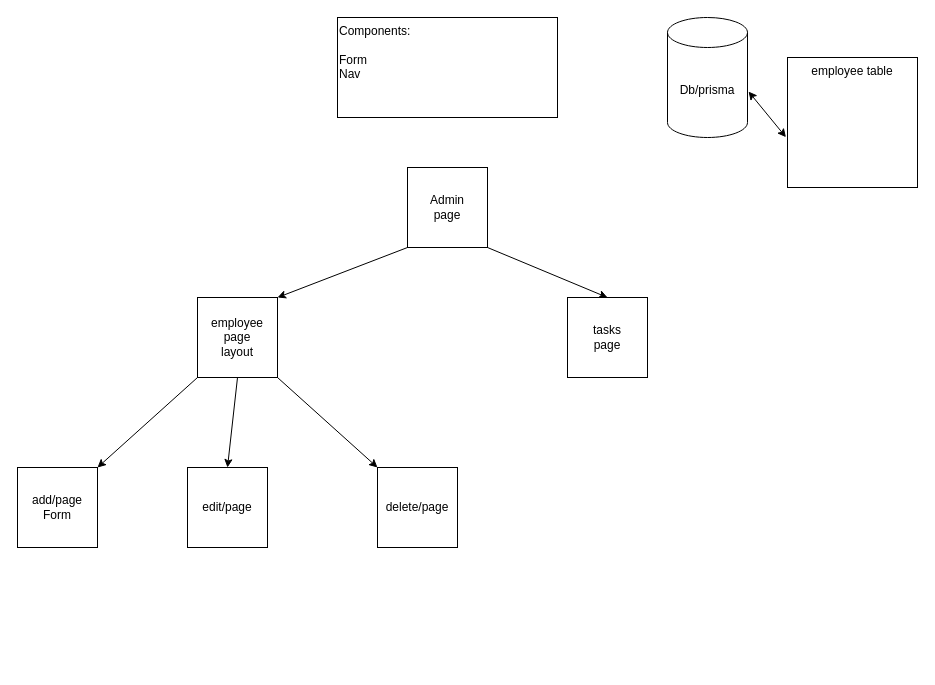
George-giorgi/tasksflow keeps this draw.io diagram as Untitled Diagram.drawio. Above is the earlier version. Source tidied: cells renumbered, new cells numbered last; positions are measured from the earlier drawing's top-left corner, leaving out a move shared by most shapes. Both pictures are drawn from the tidied source at 100%, with x=0, y=0 at pixel (17, 17).
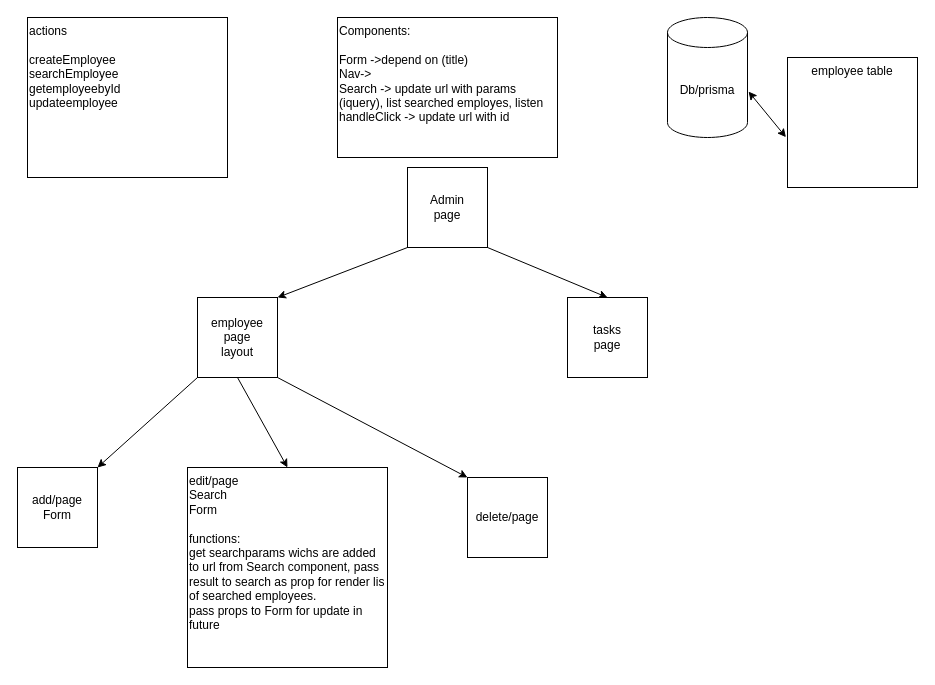
The same diagram, later.

Change to the diagram source:
```diff
@@
 <mxGraphModel>
   <root>
     <mxCell id="0" />
     <mxCell id="1" parent="0" />
     <mxCell id="2" value="Admin&lt;div&gt;page&lt;/div&gt;" style="whiteSpace=wrap;html=1;" parent="1" vertex="1">
       <mxGeometry x="390" y="150" width="80" height="80" as="geometry" />
     </mxCell>
     <mxCell id="3" style="endArrow=classic;html=1;rounded=0;exitX=0;exitY=1;exitDx=0;exitDy=0;" parent="1" edge="1" source="2">
       <mxGeometry relative="1" as="geometry">
         <mxPoint x="260" y="280" as="targetPoint" />
       </mxGeometry>
     </mxCell>
     <mxCell id="4" style="endArrow=classic;html=1;rounded=0;exitX=1;exitY=1;exitDx=0;exitDy=0;" parent="1" edge="1" source="2">
       <mxGeometry relative="1" as="geometry">
         <mxPoint x="590" y="280" as="targetPoint" />
       </mxGeometry>
     </mxCell>
     <mxCell id="5" value="employee&lt;div&gt;page&lt;/div&gt;&lt;div&gt;layout&lt;/div&gt;" style="whiteSpace=wrap;html=1;" parent="1" vertex="1">
       <mxGeometry x="180" y="280" width="80" height="80" as="geometry" />
     </mxCell>
     <mxCell id="6" value="tasks&lt;div&gt;page&lt;/div&gt;" style="whiteSpace=wrap;html=1;" parent="1" vertex="1">
       <mxGeometry x="550" y="280" width="80" height="80" as="geometry" />
     </mxCell>
-    <mxCell id="7" value="&lt;span style=&quot;background-color: light-dark(#ffffff, var(--ge-dark-color, #121212));&quot;&gt;Components:&lt;/span&gt;&lt;div&gt;&lt;br&gt;&lt;div&gt;Form&lt;/div&gt;&lt;/div&gt;&lt;div&gt;Nav&lt;/div&gt;" style="rounded=0;whiteSpace=wrap;html=1;align=left;verticalAlign=top;" parent="1" vertex="1">
-      <mxGeometry x="320" width="220" height="100" as="geometry" />
+    <mxCell id="7" value="&lt;span style=&quot;background-color: light-dark(#ffffff, var(--ge-dark-color, #121212));&quot;&gt;Components:&lt;/span&gt;&lt;div&gt;&lt;br&gt;&lt;div&gt;Form -&amp;gt;depend on (title)&lt;/div&gt;&lt;/div&gt;&lt;div&gt;Nav-&amp;gt;&lt;/div&gt;&lt;div&gt;Search -&amp;gt; update url with params (iquery), list searched employes, listen handleClick -&amp;gt; update url with id&amp;nbsp;&lt;/div&gt;&lt;div&gt;&lt;br&gt;&lt;/div&gt;" style="rounded=0;whiteSpace=wrap;html=1;align=left;verticalAlign=top;" parent="1" vertex="1">
+      <mxGeometry x="320" width="220" height="140" as="geometry" />
     </mxCell>
     <mxCell id="8" value="add/page&lt;div&gt;Form&lt;/div&gt;" style="whiteSpace=wrap;html=1;" parent="1" vertex="1">
       <mxGeometry y="450" width="80" height="80" as="geometry" />
     </mxCell>
     <mxCell id="9" value="delete/page" style="whiteSpace=wrap;html=1;" parent="1" vertex="1">
-      <mxGeometry x="360" y="450" width="80" height="80" as="geometry" />
+      <mxGeometry x="450" y="460" width="80" height="80" as="geometry" />
     </mxCell>
-    <mxCell id="10" value="edit/page" style="whiteSpace=wrap;html=1;" parent="1" vertex="1">
-      <mxGeometry x="170" y="450" width="80" height="80" as="geometry" />
+    <mxCell id="10" value="edit/page&lt;div&gt;Search&lt;br&gt;&lt;div&gt;Form&lt;/div&gt;&lt;div&gt;&lt;br&gt;&lt;/div&gt;&lt;div&gt;functions:&lt;/div&gt;&lt;div&gt;get searchparams wichs are added to url from Search component, pass result to search as prop for render lis of searched employees.&lt;/div&gt;&lt;div&gt;pass props to Form for update in future&lt;/div&gt;&lt;/div&gt;" style="whiteSpace=wrap;html=1;verticalAlign=top;align=left;" parent="1" vertex="1">
+      <mxGeometry x="170" y="450" width="200" height="200" as="geometry" />
     </mxCell>
     <mxCell id="11" style="endArrow=classic;html=1;rounded=0;exitX=1;exitY=1;exitDx=0;exitDy=0;entryX=0;entryY=0;entryDx=0;entryDy=0;" parent="1" edge="1" source="5" target="9">
       <mxGeometry relative="1" as="geometry" />
     </mxCell>
     <mxCell id="12" style="endArrow=classic;html=1;rounded=0;exitX=0.5;exitY=1;exitDx=0;exitDy=0;entryX=0.5;entryY=0;entryDx=0;entryDy=0;" parent="1" edge="1" source="5" target="10">
       <mxGeometry relative="1" as="geometry" />
     </mxCell>
     <mxCell id="13" style="endArrow=classic;html=1;rounded=0;exitX=0;exitY=1;exitDx=0;exitDy=0;entryX=1;entryY=0;entryDx=0;entryDy=0;" parent="1" edge="1" source="5" target="8">
       <mxGeometry relative="1" as="geometry" />
     </mxCell>
     <mxCell id="14" value="Db/prisma" style="shape=cylinder3;whiteSpace=wrap;html=1;boundedLbl=1;backgroundOutline=1;size=15;" parent="1" vertex="1">
       <mxGeometry x="650" width="80" height="120" as="geometry" />
     </mxCell>
     <mxCell id="15" value="employee table&lt;div&gt;&lt;br&gt;&lt;/div&gt;&lt;div&gt;&lt;br&gt;&lt;/div&gt;" style="whiteSpace=wrap;html=1;verticalAlign=top;" parent="1" vertex="1">
       <mxGeometry x="770" y="40" width="130" height="130" as="geometry" />
     </mxCell>
     <mxCell id="16" style="endArrow=classic;startArrow=classic;html=1;rounded=0;entryX=1.013;entryY=0.617;entryDx=0;entryDy=0;entryPerimeter=0;exitX=-0.012;exitY=0.613;exitDx=0;exitDy=0;exitPerimeter=0;" parent="1" edge="1" source="15" target="14">
       <mxGeometry relative="1" as="geometry" />
     </mxCell>
+    <mxCell id="17" value="actions&lt;div&gt;&lt;br&gt;&lt;/div&gt;&lt;div&gt;createEmployee&lt;/div&gt;&lt;div&gt;searchEmployee&lt;/div&gt;&lt;div&gt;getemployeebyId&lt;/div&gt;&lt;div&gt;updateemployee&lt;/div&gt;" style="rounded=0;whiteSpace=wrap;html=1;verticalAlign=top;align=left;" parent="1" vertex="1">
+      <mxGeometry x="10" width="200" height="160" as="geometry" />
+    </mxCell>
   </root>
 </mxGraphModel>
```
